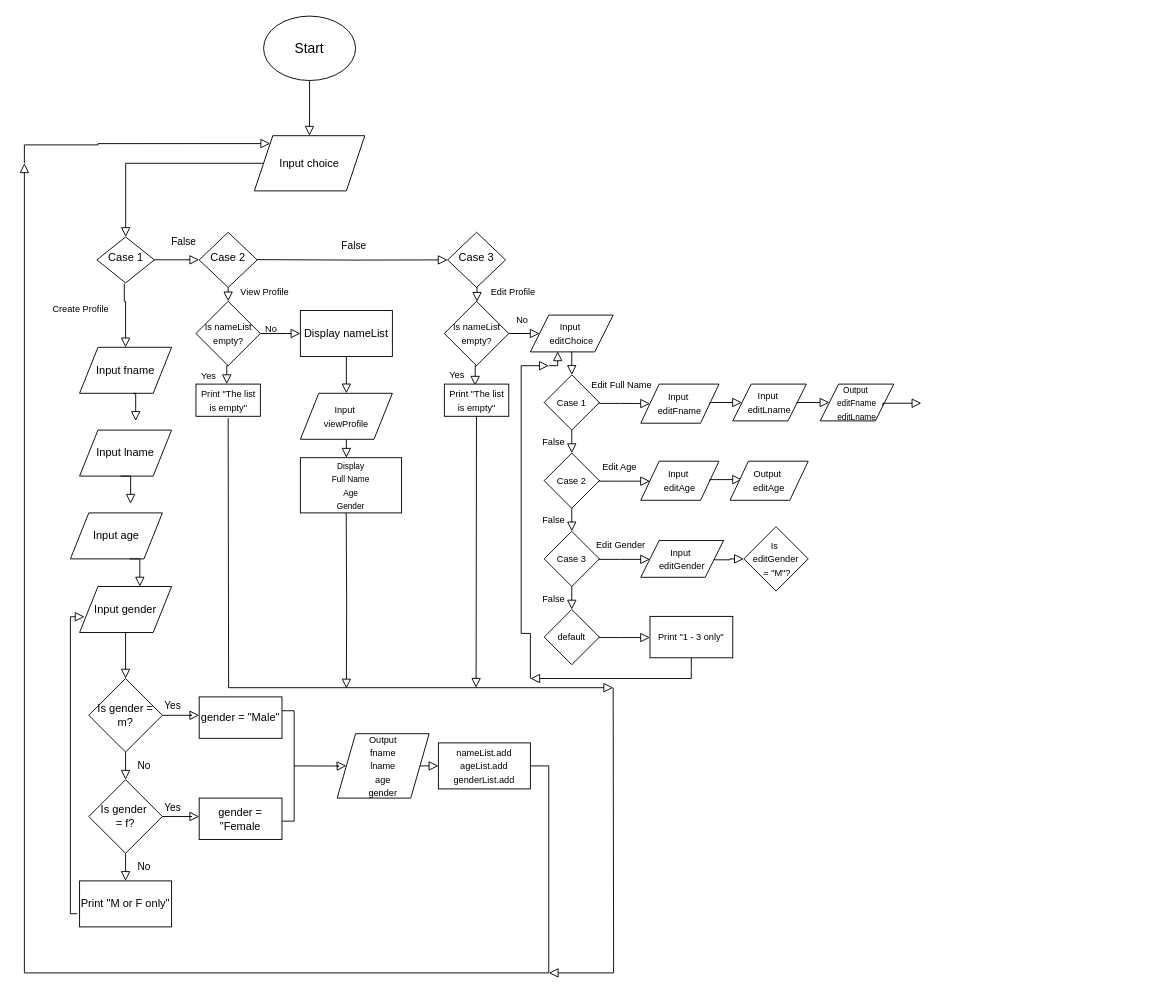
Before: Untitled Diagram.drawio in Sens3iProgrammer/random_stuff, a draw.io diagram. Source tidied: cells renumbered, new cells numbered last; positions are measured from the earlier drawing's top-left corner, leaving out a move shared by most shapes. Both pictures are drawn from the tidied source at 92%, with x=0, y=0 at pixel (24, 16).
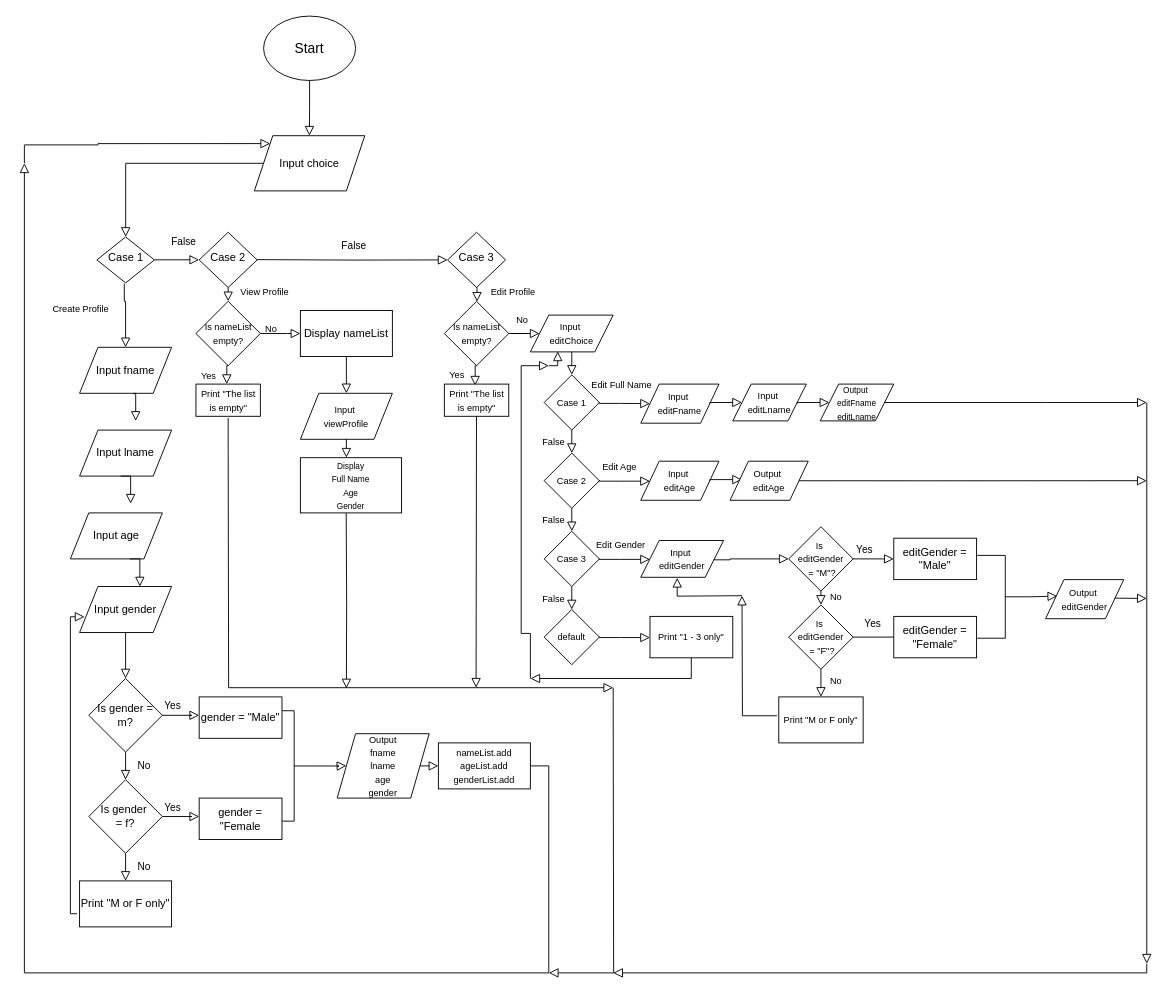
The same diagram, later.

The change refers to these unchanged cells:
```xml
<mxCell id="64" value="&lt;font style=&quot;font-size: 9px;&quot;&gt;Output&amp;nbsp;&lt;/font&gt;&lt;div&gt;&lt;font style=&quot;font-size: 9px;&quot;&gt;editFname&lt;/font&gt;&lt;div&gt;&lt;font style=&quot;font-size: 9px;&quot;&gt;editLname&lt;/font&gt;&lt;/div&gt;&lt;/div&gt;" style="shape=parallelogram;perimeter=parallelogramPerimeter;whiteSpace=wrap;html=1;fixedSize=1;" parent="1" vertex="1">
  <mxGeometry x="865" y="400" width="80" height="40" as="geometry" />
</mxCell>
<mxCell id="71" value="&lt;span style=&quot;font-size: 10px;&quot;&gt;Output&amp;nbsp;&lt;/span&gt;&lt;div&gt;&lt;span style=&quot;font-size: 10px;&quot;&gt;editAge&lt;/span&gt;&lt;/div&gt;" style="shape=parallelogram;perimeter=parallelogramPerimeter;whiteSpace=wrap;html=1;fixedSize=1;" parent="1" vertex="1">
  <mxGeometry x="767" y="483.8" width="85" height="42.5" as="geometry" />
</mxCell>
<mxCell id="72" value="&lt;font style=&quot;font-size: 10px;&quot;&gt;Input&amp;nbsp;&lt;/font&gt;&lt;div&gt;&lt;span style=&quot;font-size: 10px;&quot;&gt;editGender&lt;/span&gt;&lt;/div&gt;" style="shape=parallelogram;perimeter=parallelogramPerimeter;whiteSpace=wrap;html=1;fixedSize=1;" parent="1" vertex="1">
  <mxGeometry x="670" y="570" width="90" height="40" as="geometry" />
</mxCell>
```

The edit, as a diff of the source:
```diff
@@
-    <mxCell id="65" style="rounded=0;html=1;jettySize=auto;fontSize=11;endArrow=block;endFill=0;endSize=8;strokeWidth=1;shadow=0;labelBackgroundColor=none;edgeStyle=orthogonalEdgeStyle;exitX=0.851;exitY=0.577;exitDx=0;exitDy=0;exitPerimeter=0;" parent="1" edge="1" source="64">
+    <mxCell id="65" style="rounded=0;html=1;jettySize=auto;fontSize=11;endArrow=block;endFill=0;endSize=8;strokeWidth=1;shadow=0;labelBackgroundColor=none;edgeStyle=orthogonalEdgeStyle;exitX=1;exitY=0.5;exitDx=0;exitDy=0;" parent="1" edge="1" source="64">
       <mxGeometry x="0.07" y="-20" relative="1" as="geometry">
-        <mxPoint x="975" y="420.8" as="targetPoint" />
+        <mxPoint x="1220" y="420" as="targetPoint" />
         <Array as="points">
-          <mxPoint x="933" y="421" />
+          <mxPoint x="1110" y="420" />
+          <mxPoint x="1110" y="420" />
         </Array>
       </mxGeometry>
     </mxCell>
@@
     <mxCell id="83" value="&lt;span style=&quot;font-size: 10px;&quot;&gt;Is&amp;nbsp;&lt;/span&gt;&lt;div&gt;&lt;span style=&quot;font-size: 10px;&quot;&gt;editGender&lt;/span&gt;&lt;/div&gt;&lt;div&gt;&lt;span style=&quot;font-size: 10px;&quot;&gt;&amp;nbsp;= &quot;M&quot;?&lt;/span&gt;&lt;/div&gt;" style="rhombus;whiteSpace=wrap;html=1;" parent="1" vertex="1">
-      <mxGeometry x="782" y="555" width="70" height="70" as="geometry" />
+      <mxGeometry x="830.8" y="555" width="70" height="70" as="geometry" />
     </mxCell>
@@
+    <mxCell id="85" value="&lt;span style=&quot;font-size: 10px;&quot;&gt;Is&amp;nbsp;&lt;/span&gt;&lt;div&gt;&lt;span style=&quot;font-size: 10px;&quot;&gt;editGender&lt;/span&gt;&lt;/div&gt;&lt;div&gt;&lt;span style=&quot;font-size: 10px;&quot;&gt;&amp;nbsp;= &quot;F&quot;?&lt;/span&gt;&lt;/div&gt;" style="rhombus;whiteSpace=wrap;html=1;" parent="1" vertex="1">
+      <mxGeometry x="830.8" y="640" width="70" height="70" as="geometry" />
+    </mxCell>
+    <mxCell id="86" value="&lt;font style=&quot;font-size: 10px;&quot;&gt;No&lt;/font&gt;" style="rounded=0;html=1;jettySize=auto;fontSize=11;endArrow=block;endFill=0;endSize=8;strokeWidth=1;shadow=0;labelBackgroundColor=none;edgeStyle=orthogonalEdgeStyle;exitX=0.5;exitY=1;exitDx=0;exitDy=0;entryX=0.5;entryY=0;entryDx=0;entryDy=0;" parent="1" edge="1" source="83" target="85">
+      <mxGeometry x="-0.14" y="16" relative="1" as="geometry">
+        <Array as="points">
+          <mxPoint x="866" y="630" />
+          <mxPoint x="866" y="630" />
+        </Array>
+      </mxGeometry>
+    </mxCell>
+    <mxCell id="87" value="&lt;font style=&quot;font-size: 10px;&quot;&gt;No&lt;/font&gt;" style="rounded=0;html=1;jettySize=auto;fontSize=11;endArrow=block;endFill=0;endSize=8;strokeWidth=1;shadow=0;labelBackgroundColor=none;edgeStyle=orthogonalEdgeStyle;exitX=0.5;exitY=1;exitDx=0;exitDy=0;entryX=0.5;entryY=0;entryDx=0;entryDy=0;" parent="1" edge="1" source="85" target="88">
+      <mxGeometry x="-0.14" y="16" relative="1" as="geometry" />
+    </mxCell>
+    <mxCell id="88" value="&lt;font size=&quot;1&quot;&gt;Print &quot;M or F only&quot;&lt;/font&gt;" style="rounded=0;whiteSpace=wrap;html=1;" parent="1" vertex="1">
+      <mxGeometry x="820" y="740" width="91.7" height="50" as="geometry" />
+    </mxCell>
+    <mxCell id="89" style="rounded=0;html=1;jettySize=auto;fontSize=11;endArrow=block;endFill=0;endSize=8;strokeWidth=1;shadow=0;labelBackgroundColor=none;edgeStyle=orthogonalEdgeStyle;exitX=-0.022;exitY=0.41;exitDx=0;exitDy=0;exitPerimeter=0;" parent="1" edge="1" source="88">
+      <mxGeometry x="-0.14" y="16" relative="1" as="geometry">
+        <mxPoint x="780" y="630" as="targetPoint" />
+      </mxGeometry>
+    </mxCell>
+    <mxCell id="90" style="rounded=0;html=1;jettySize=auto;fontSize=11;endArrow=block;endFill=0;endSize=8;strokeWidth=1;shadow=0;labelBackgroundColor=none;edgeStyle=orthogonalEdgeStyle;entryX=0.44;entryY=1.014;entryDx=0;entryDy=0;entryPerimeter=0;" parent="1" edge="1" target="72">
+      <mxGeometry x="-0.14" y="16" relative="1" as="geometry">
+        <mxPoint x="780" y="630" as="sourcePoint" />
+      </mxGeometry>
+    </mxCell>
+    <mxCell id="91" value="Yes" style="rounded=0;html=1;jettySize=auto;fontSize=11;endArrow=block;endFill=0;endSize=8;strokeWidth=1;shadow=0;labelBackgroundColor=none;edgeStyle=orthogonalEdgeStyle;entryX=0;entryY=0.5;entryDx=0;entryDy=0;" parent="1" edge="1" source="83" target="93">
+      <mxGeometry x="-0.44" y="10" relative="1" as="geometry" />
+    </mxCell>
+    <mxCell id="92" value="Yes" style="rounded=0;html=1;jettySize=auto;fontSize=11;endArrow=block;endFill=0;endSize=8;strokeWidth=1;shadow=0;labelBackgroundColor=none;edgeStyle=orthogonalEdgeStyle;exitX=1;exitY=0.5;exitDx=0;exitDy=0;entryX=0;entryY=0.5;entryDx=0;entryDy=0;" parent="1" edge="1" source="85" target="94">
+      <mxGeometry x="-0.22" y="15" relative="1" as="geometry">
+        <Array as="points">
+          <mxPoint x="950" y="675" />
+          <mxPoint x="950" y="675" />
+        </Array>
+      </mxGeometry>
+    </mxCell>
+    <mxCell id="93" value="editGender = &quot;Male&quot;" style="rounded=0;whiteSpace=wrap;html=1;" parent="1" vertex="1">
+      <mxGeometry x="945" y="567.5" width="90" height="45" as="geometry" />
+    </mxCell>
+    <mxCell id="94" value="editGender = &quot;Female&quot;" style="rounded=0;whiteSpace=wrap;html=1;" parent="1" vertex="1">
+      <mxGeometry x="945" y="652.5" width="90" height="45" as="geometry" />
+    </mxCell>
+    <mxCell id="95" style="shape=partialRectangle;bottom=1;right=1;left=1;top=0;fillColor=none;routingCenterX=-0.5;rotation=-90;" parent="1" vertex="1">
+      <mxGeometry x="1006.2" y="616.2" width="90" height="30" as="geometry" />
+    </mxCell>
+    <mxCell id="96" style="rounded=0;html=1;jettySize=auto;fontSize=11;endArrow=block;endFill=0;endSize=8;strokeWidth=1;shadow=0;labelBackgroundColor=none;edgeStyle=orthogonalEdgeStyle;exitX=0.5;exitY=1;exitDx=0;exitDy=0;entryX=0.149;entryY=0.422;entryDx=0;entryDy=0;entryPerimeter=0;" parent="1" edge="1" source="95" target="97">
+      <mxGeometry x="-0.44" y="10" relative="1" as="geometry">
+        <Array as="points">
+          <mxPoint x="1094" y="631" />
+        </Array>
+      </mxGeometry>
+    </mxCell>
+    <mxCell id="97" value="&lt;span style=&quot;font-size: 10px;&quot;&gt;Output&amp;nbsp;&lt;/span&gt;&lt;div&gt;&lt;span style=&quot;font-size: 10px;&quot;&gt;editGender&lt;/span&gt;&lt;/div&gt;" style="shape=parallelogram;perimeter=parallelogramPerimeter;whiteSpace=wrap;html=1;fixedSize=1;" parent="1" vertex="1">
+      <mxGeometry x="1110" y="612.5" width="85" height="42.5" as="geometry" />
+    </mxCell>
+    <mxCell id="98" style="rounded=0;html=1;jettySize=auto;fontSize=11;endArrow=block;endFill=0;endSize=8;strokeWidth=1;shadow=0;labelBackgroundColor=none;edgeStyle=orthogonalEdgeStyle;exitX=1;exitY=0.5;exitDx=0;exitDy=0;" parent="1" edge="1" source="71">
+      <mxGeometry x="-0.44" y="10" relative="1" as="geometry">
+        <mxPoint x="1220" y="505" as="targetPoint" />
+        <Array as="points">
+          <mxPoint x="980" y="505" />
+        </Array>
+      </mxGeometry>
+    </mxCell>
+    <mxCell id="99" style="rounded=0;html=1;jettySize=auto;orthogonalLoop=1;fontSize=11;endArrow=block;endFill=0;endSize=8;strokeWidth=1;shadow=0;labelBackgroundColor=none;edgeStyle=orthogonalEdgeStyle;exitX=1;exitY=0.5;exitDx=0;exitDy=0;" parent="1" edge="1">
+      <mxGeometry x="-0.44" y="10" relative="1" as="geometry">
+        <mxPoint x="1185" y="632.7" as="sourcePoint" />
+        <mxPoint x="1220" y="633" as="targetPoint" />
+        <Array as="points">
+          <mxPoint x="1190" y="633" />
+        </Array>
+      </mxGeometry>
+    </mxCell>
+    <mxCell id="100" style="rounded=0;html=1;jettySize=auto;orthogonalLoop=1;fontSize=11;endArrow=block;endFill=0;endSize=8;strokeWidth=1;shadow=0;labelBackgroundColor=none;edgeStyle=orthogonalEdgeStyle;" parent="1" edge="1">
+      <mxGeometry x="0.07" y="-20" relative="1" as="geometry">
+        <mxPoint x="1220" y="420" as="sourcePoint" />
+        <mxPoint x="1220" y="1030" as="targetPoint" />
+        <Array as="points">
+          <mxPoint x="1220" y="474" />
+          <mxPoint x="1220" y="474" />
+        </Array>
+      </mxGeometry>
+    </mxCell>
+    <mxCell id="101" style="rounded=0;html=1;jettySize=auto;orthogonalLoop=1;fontSize=11;endArrow=block;endFill=0;endSize=8;strokeWidth=1;shadow=0;labelBackgroundColor=none;edgeStyle=orthogonalEdgeStyle;" parent="1" edge="1">
+      <mxGeometry x="0.07" y="-20" relative="1" as="geometry">
+        <mxPoint x="1220" y="1030" as="sourcePoint" />
+        <mxPoint x="640" y="1040" as="targetPoint" />
+        <Array as="points">
+          <mxPoint x="1220" y="1040" />
+          <mxPoint x="650" y="1040" />
+        </Array>
+      </mxGeometry>
+    </mxCell>
```
